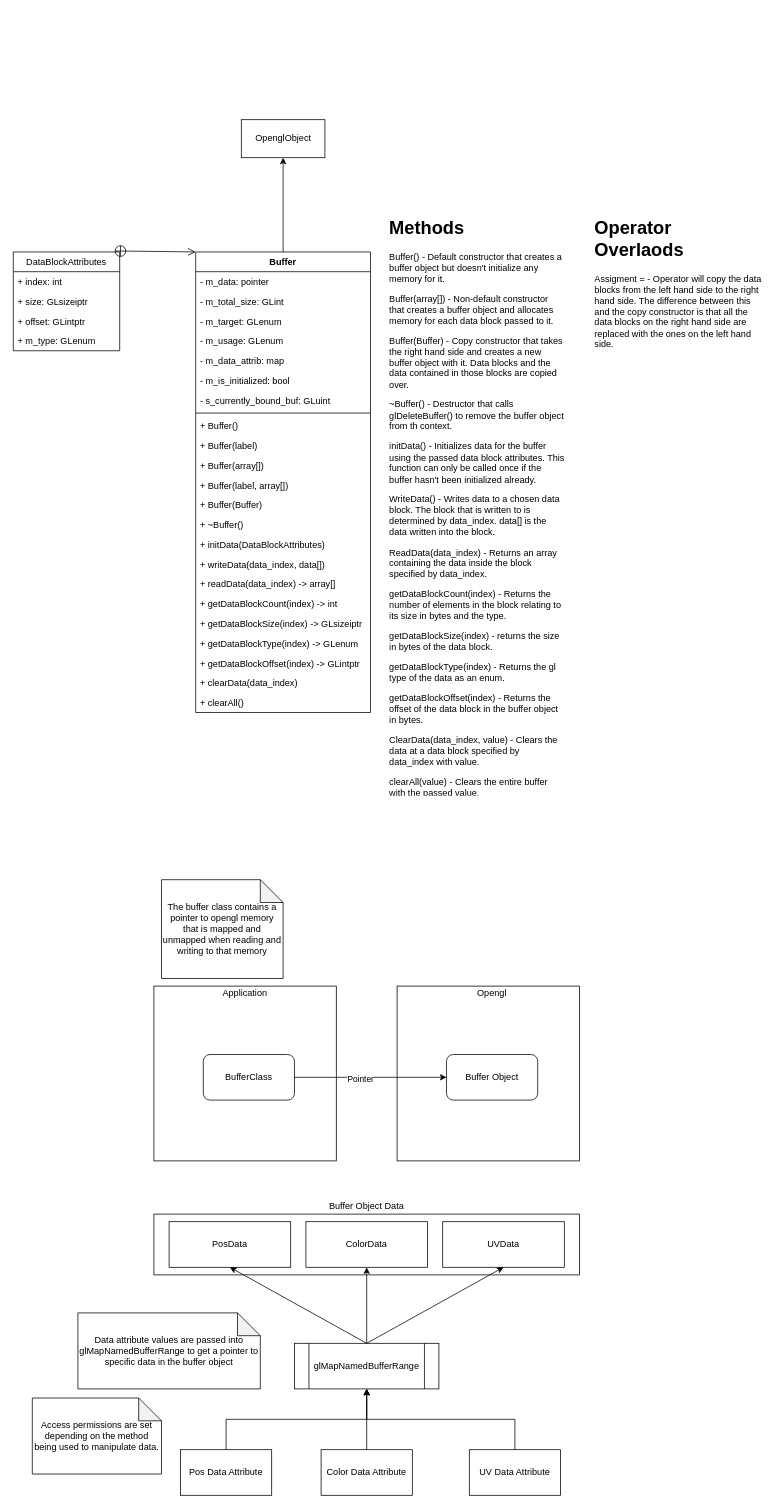
The draw.io diagram docs/buffer.drawio in LowFire/blazer3d, before the edit. Source tidied: cells renumbered, new cells numbered last; positions are measured from the earlier drawing's top-left corner, leaving out a move shared by most shapes. Both pictures are drawn from the tidied source at 76%, with x=0, y=0 at pixel (13, 119).
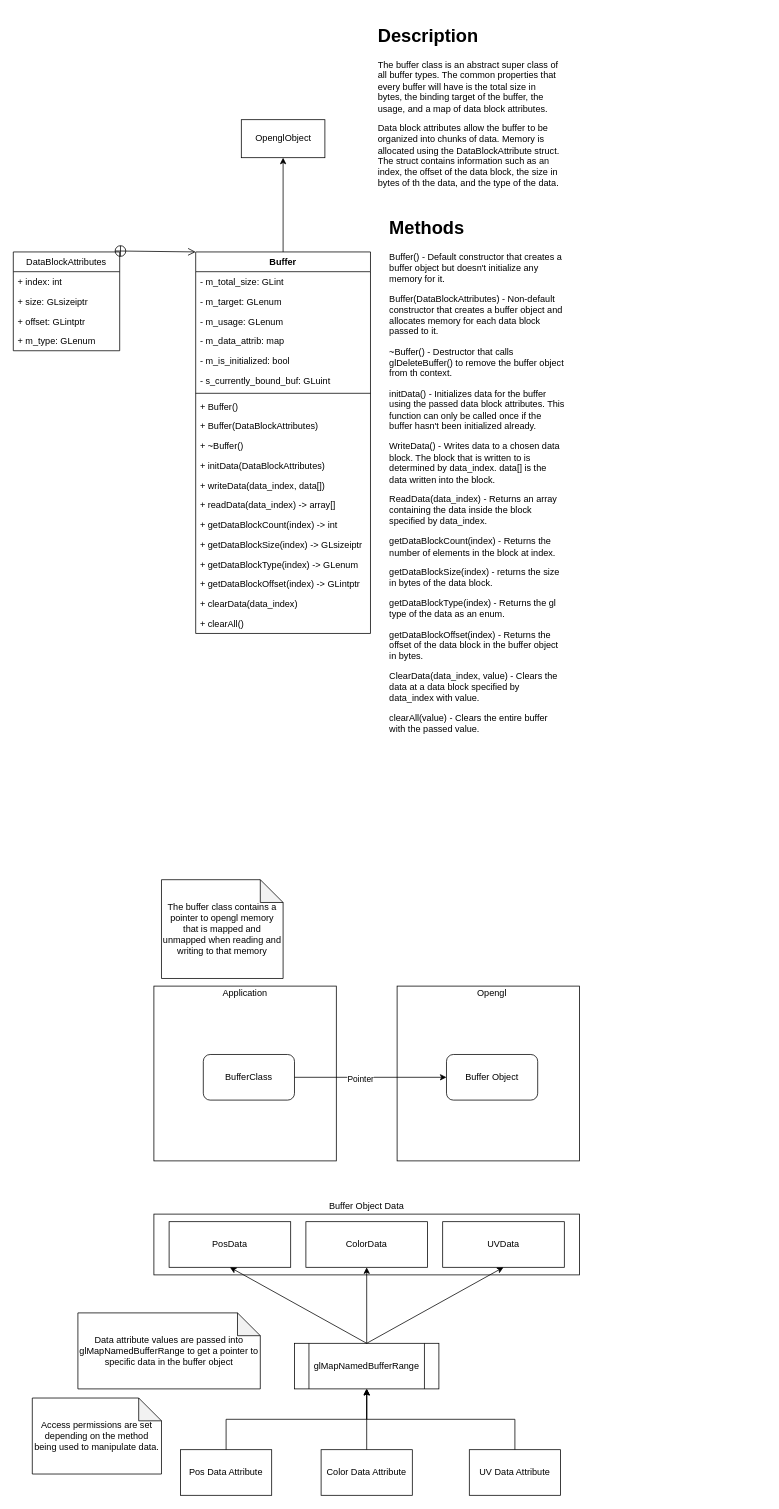
Above is the later version.

Commit message (it also covers changes not shown here):
Buffer is now an abstract class. Commented code out.

The edit, as a diff of the source:
```diff
@@
     <mxCell id="3" value="Buffer" style="swimlane;fontStyle=1;align=center;verticalAlign=top;horizontal=1;startSize=26;" parent="1" vertex="1">
-      <mxGeometry x="240" y="174" width="230" height="606" as="geometry" />
+      <mxGeometry x="240" y="174" width="230" height="502" as="geometry" />
     </mxCell>
-    <mxCell id="4" value="- m_data: pointer" style="text;strokeColor=none;fillColor=none;align=left;verticalAlign=top;spacingLeft=4;spacingRight=4;overflow=hidden;" parent="3" vertex="1">
-      <mxGeometry y="26" width="230" height="26" as="geometry" />
-    </mxCell>
     <mxCell id="5" value="- m_total_size: GLint" style="text;strokeColor=none;fillColor=none;align=left;verticalAlign=top;spacingLeft=4;spacingRight=4;overflow=hidden;" parent="3" vertex="1">
-      <mxGeometry y="52" width="230" height="26" as="geometry" />
+      <mxGeometry y="26" width="230" height="26" as="geometry" />
     </mxCell>
     <mxCell id="6" value="- m_target: GLenum" style="text;strokeColor=none;fillColor=none;align=left;verticalAlign=top;spacingLeft=4;spacingRight=4;overflow=hidden;" parent="3" vertex="1">
-      <mxGeometry y="78" width="230" height="26" as="geometry" />
+      <mxGeometry y="52" width="230" height="26" as="geometry" />
     </mxCell>
     <mxCell id="7" value="- m_usage: GLenum" style="text;strokeColor=none;fillColor=none;align=left;verticalAlign=top;spacingLeft=4;spacingRight=4;overflow=hidden;" parent="3" vertex="1">
-      <mxGeometry y="104" width="230" height="26" as="geometry" />
+      <mxGeometry y="78" width="230" height="26" as="geometry" />
     </mxCell>
     <mxCell id="8" value="- m_data_attrib: map" style="text;strokeColor=none;fillColor=none;align=left;verticalAlign=top;spacingLeft=4;spacingRight=4;overflow=hidden;" parent="3" vertex="1">
-      <mxGeometry y="130" width="230" height="26" as="geometry" />
+      <mxGeometry y="104" width="230" height="26" as="geometry" />
     </mxCell>
     <mxCell id="9" value="- m_is_initialized: bool" style="text;strokeColor=none;fillColor=none;align=left;verticalAlign=top;spacingLeft=4;spacingRight=4;overflow=hidden;" parent="3" vertex="1">
-      <mxGeometry y="156" width="230" height="26" as="geometry" />
+      <mxGeometry y="130" width="230" height="26" as="geometry" />
     </mxCell>
     <mxCell id="10" value="- s_currently_bound_buf: GLuint" style="text;strokeColor=none;fillColor=none;align=left;verticalAlign=top;spacingLeft=4;spacingRight=4;overflow=hidden;" parent="3" vertex="1">
-      <mxGeometry y="182" width="230" height="26" as="geometry" />
+      <mxGeometry y="156" width="230" height="26" as="geometry" />
     </mxCell>
     <mxCell id="11" style="line;strokeWidth=1;fillColor=none;align=left;verticalAlign=middle;spacingTop=-1;spacingLeft=3;spacingRight=3;labelPosition=right;" parent="3" vertex="1">
-      <mxGeometry y="208" width="230" height="8" as="geometry" />
+      <mxGeometry y="182" width="230" height="8" as="geometry" />
     </mxCell>
     <mxCell id="12" value="+ Buffer()" style="text;strokeColor=none;fillColor=none;align=left;verticalAlign=top;spacingLeft=4;spacingRight=4;overflow=hidden;" parent="3" vertex="1">
-      <mxGeometry y="216" width="230" height="26" as="geometry" />
+      <mxGeometry y="190" width="230" height="26" as="geometry" />
     </mxCell>
-    <mxCell id="13" value="+ Buffer(label)" style="text;strokeColor=none;fillColor=none;align=left;verticalAlign=top;spacingLeft=4;spacingRight=4;overflow=hidden;" parent="3" vertex="1">
-      <mxGeometry y="242" width="230" height="26" as="geometry" />
-    </mxCell>
-    <mxCell id="14" value="+ Buffer(array[])" style="text;strokeColor=none;fillColor=none;align=left;verticalAlign=top;spacingLeft=4;spacingRight=4;overflow=hidden;" parent="3" vertex="1">
-      <mxGeometry y="268" width="230" height="26" as="geometry" />
+    <mxCell id="14" value="+ Buffer(DataBlockAttributes)" style="text;strokeColor=none;fillColor=none;align=left;verticalAlign=top;spacingLeft=4;spacingRight=4;overflow=hidden;" parent="3" vertex="1">
+      <mxGeometry y="216" width="230" height="26" as="geometry" />
     </mxCell>
-    <mxCell id="15" value="+ Buffer(label, array[])" style="text;strokeColor=none;fillColor=none;align=left;verticalAlign=top;spacingLeft=4;spacingRight=4;overflow=hidden;" parent="3" vertex="1">
-      <mxGeometry y="294" width="230" height="26" as="geometry" />
-    </mxCell>
-    <mxCell id="16" value="+ Buffer(Buffer)" style="text;strokeColor=none;fillColor=none;align=left;verticalAlign=top;spacingLeft=4;spacingRight=4;overflow=hidden;" parent="3" vertex="1">
-      <mxGeometry y="320" width="230" height="26" as="geometry" />
-    </mxCell>
     <mxCell id="17" value="+ ~Buffer()" style="text;strokeColor=none;fillColor=none;align=left;verticalAlign=top;spacingLeft=4;spacingRight=4;overflow=hidden;" parent="3" vertex="1">
-      <mxGeometry y="346" width="230" height="26" as="geometry" />
+      <mxGeometry y="242" width="230" height="26" as="geometry" />
     </mxCell>
     <mxCell id="18" value="+ initData(DataBlockAttributes)" style="text;strokeColor=none;fillColor=none;align=left;verticalAlign=top;spacingLeft=4;spacingRight=4;overflow=hidden;" parent="3" vertex="1">
-      <mxGeometry y="372" width="230" height="26" as="geometry" />
+      <mxGeometry y="268" width="230" height="26" as="geometry" />
     </mxCell>
     <mxCell id="19" value="+ writeData(data_index, data[])" style="text;strokeColor=none;fillColor=none;align=left;verticalAlign=top;spacingLeft=4;spacingRight=4;overflow=hidden;" parent="3" vertex="1">
-      <mxGeometry y="398" width="230" height="26" as="geometry" />
+      <mxGeometry y="294" width="230" height="26" as="geometry" />
     </mxCell>
     <mxCell id="20" value="+ readData(data_index) -&gt; array[]" style="text;strokeColor=none;fillColor=none;align=left;verticalAlign=top;spacingLeft=4;spacingRight=4;overflow=hidden;" parent="3" vertex="1">
-      <mxGeometry y="424" width="230" height="26" as="geometry" />
+      <mxGeometry y="320" width="230" height="26" as="geometry" />
     </mxCell>
     <mxCell id="21" value="+ getDataBlockCount(index) -&gt; int" style="text;strokeColor=none;fillColor=none;align=left;verticalAlign=top;spacingLeft=4;spacingRight=4;overflow=hidden;" parent="3" vertex="1">
-      <mxGeometry y="450" width="230" height="26" as="geometry" />
+      <mxGeometry y="346" width="230" height="26" as="geometry" />
     </mxCell>
     <mxCell id="22" value="+ getDataBlockSize(index) -&gt; GLsizeiptr" style="text;strokeColor=none;fillColor=none;align=left;verticalAlign=top;spacingLeft=4;spacingRight=4;overflow=hidden;" parent="3" vertex="1">
-      <mxGeometry y="476" width="230" height="26" as="geometry" />
+      <mxGeometry y="372" width="230" height="26" as="geometry" />
     </mxCell>
     <mxCell id="23" value="+ getDataBlockType(index) -&gt; GLenum" style="text;strokeColor=none;fillColor=none;align=left;verticalAlign=top;spacingLeft=4;spacingRight=4;overflow=hidden;" parent="3" vertex="1">
-      <mxGeometry y="502" width="230" height="26" as="geometry" />
+      <mxGeometry y="398" width="230" height="26" as="geometry" />
     </mxCell>
     <mxCell id="24" value="+ getDataBlockOffset(index) -&gt; GLintptr" style="text;strokeColor=none;fillColor=none;align=left;verticalAlign=top;spacingLeft=4;spacingRight=4;overflow=hidden;" parent="3" vertex="1">
-      <mxGeometry y="528" width="230" height="26" as="geometry" />
+      <mxGeometry y="424" width="230" height="26" as="geometry" />
     </mxCell>
     <mxCell id="25" value="+ clearData(data_index)" style="text;strokeColor=none;fillColor=none;align=left;verticalAlign=top;spacingLeft=4;spacingRight=4;overflow=hidden;" parent="3" vertex="1">
-      <mxGeometry y="554" width="230" height="26" as="geometry" />
+      <mxGeometry y="450" width="230" height="26" as="geometry" />
     </mxCell>
     <mxCell id="26" value="+ clearAll()" style="text;strokeColor=none;fillColor=none;align=left;verticalAlign=top;spacingLeft=4;spacingRight=4;overflow=hidden;" parent="3" vertex="1">
-      <mxGeometry y="580" width="230" height="26" as="geometry" />
+      <mxGeometry y="476" width="230" height="26" as="geometry" />
     </mxCell>
@@
-    <mxCell id="59" value="&lt;h1&gt;Methods&lt;/h1&gt;&lt;p&gt;Buffer() - Default constructor that creates a buffer object but doesn't initialize any memory for it.&lt;/p&gt;&lt;p&gt;Buffer(array[]) - Non-default constructor that creates a buffer object and allocates memory for each data block passed to it.&lt;/p&gt;&lt;p&gt;Buffer(Buffer) - Copy constructor that takes the right hand side and creates a new buffer object with it. Data blocks and the data contained in those blocks are copied over.&lt;/p&gt;&lt;p&gt;~Buffer() - Destructor that calls glDeleteBuffer() to remove the buffer object from th context.&lt;/p&gt;&lt;p&gt;initData() - Initializes data for the buffer using the passed data block attributes. This function can only be called once if the buffer hasn't been initialized already.&lt;/p&gt;&lt;p&gt;WriteData() - Writes data to a chosen data block. The block that is written to is determined by data_index. data[] is the data written into the block.&lt;/p&gt;&lt;p&gt;ReadData(data_index) - Returns an array containing the data inside the block specified by data_index.&lt;/p&gt;&lt;p&gt;getDataBlockCount(index) - Returns the number of elements in the block relating to its size in bytes and the type.&lt;/p&gt;&lt;p&gt;getDataBlockSize(index) - returns the size in bytes of the data block.&lt;/p&gt;&lt;p&gt;getDataBlockType(index) - Returns the gl type of the data as an enum.&lt;/p&gt;&lt;p&gt;getDataBlockOffset(index) - Returns the offset of the data block in the buffer object in bytes.&lt;/p&gt;&lt;p&gt;ClearData(data_index, value) - Clears the data at a data block specified by data_index with value.&lt;/p&gt;&lt;p&gt;clearAll(value) - Clears the entire buffer with the passed value.&lt;/p&gt;" style="text;html=1;strokeColor=none;fillColor=none;spacing=5;spacingTop=-20;whiteSpace=wrap;overflow=hidden;rounded=0;" parent="1" vertex="1">
+    <mxCell id="59" value="&lt;h1&gt;Methods&lt;/h1&gt;&lt;p&gt;Buffer() - Default constructor that creates a buffer object but doesn't initialize any memory for it.&lt;/p&gt;&lt;p&gt;Buffer(DataBlockAttributes) - Non-default constructor that creates a buffer object and allocates memory for each data block passed to it.&lt;/p&gt;&lt;p&gt;~Buffer() - Destructor that calls glDeleteBuffer() to remove the buffer object from th context.&lt;/p&gt;&lt;p&gt;initData() - Initializes data for the buffer using the passed data block attributes. This function can only be called once if the buffer hasn't been initialized already.&lt;/p&gt;&lt;p&gt;WriteData() - Writes data to a chosen data block. The block that is written to is determined by data_index. data[] is the data written into the block.&lt;/p&gt;&lt;p&gt;ReadData(data_index) - Returns an array containing the data inside the block specified by data_index.&lt;/p&gt;&lt;p&gt;getDataBlockCount(index) - Returns the number of elements in the block at index.&lt;/p&gt;&lt;p&gt;getDataBlockSize(index) - returns the size in bytes of the data block.&lt;/p&gt;&lt;p&gt;getDataBlockType(index) - Returns the gl type of the data as an enum.&lt;/p&gt;&lt;p&gt;getDataBlockOffset(index) - Returns the offset of the data block in the buffer object in bytes.&lt;/p&gt;&lt;p&gt;ClearData(data_index, value) - Clears the data at a data block specified by data_index with value.&lt;/p&gt;&lt;p&gt;clearAll(value) - Clears the entire buffer with the passed value.&lt;/p&gt;" style="text;html=1;strokeColor=none;fillColor=none;spacing=5;spacingTop=-20;whiteSpace=wrap;overflow=hidden;rounded=0;" parent="1" vertex="1">
       <mxGeometry x="490" y="123" width="240" height="767" as="geometry" />
     </mxCell>
@@
-    <mxCell id="61" value="&lt;h1&gt;Operator Overlaods&lt;/h1&gt;&lt;p&gt;Assigment = - Operator will copy the data blocks from the left hand side to the right hand side. The difference between this and the copy constructor is that all the data blocks on the right hand side are replaced with the ones on the left hand side.&lt;/p&gt;" style="text;html=1;strokeColor=none;fillColor=none;spacing=5;spacingTop=-20;whiteSpace=wrap;overflow=hidden;rounded=0;" parent="1" vertex="1">
-      <mxGeometry x="760" y="123" width="230" height="197" as="geometry" />
-    </mxCell>
+    <mxCell id="62" value="&lt;h1&gt;Description&lt;/h1&gt;&lt;p&gt;The buffer class is an abstract super class of all buffer types. The common properties that every buffer will have is the total size in bytes, the binding target of the buffer, the usage, and a map of data block attributes.&lt;/p&gt;&lt;p&gt;Data block attributes allow the buffer to be organized into chunks of data. Memory is allocated using the DataBlockAttribute struct. The struct contains information such as an index, the offset of the data block, the size in bytes of th the data, and the type of the data.&lt;/p&gt;" style="text;html=1;strokeColor=none;fillColor=none;spacing=5;spacingTop=-20;whiteSpace=wrap;overflow=hidden;rounded=0;" parent="1" vertex="1">
+      <mxGeometry x="475" y="-130" width="250" height="240" as="geometry" />
+    </mxCell>
```
